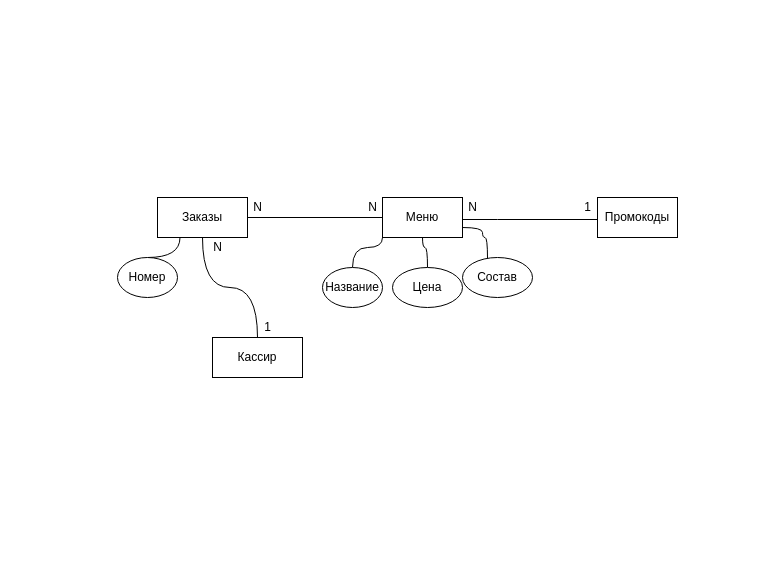
This is logical.drawio from the-shichko/drawio, a draw.io file, before an edit. Source tidied: cells renumbered, new cells numbered last; positions are measured from the earlier drawing's top-left corner, leaving out a move shared by most shapes. Both pictures are drawn from the tidied source at 100%, with x=0, y=0 at pixel (117, 197).
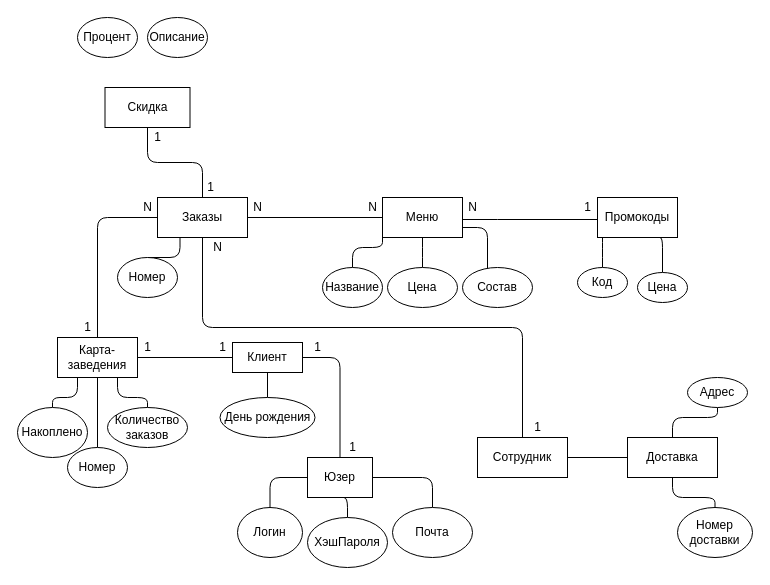
The same diagram, later.

The change refers to these unchanged cells:
```xml
<mxCell id="5" value="Заказы" style="rounded=0;whiteSpace=wrap;html=1;" parent="1" vertex="1">
  <mxGeometry x="40" width="90" height="40" as="geometry" />
</mxCell>
<mxCell id="6" value="Номер" style="ellipse;whiteSpace=wrap;html=1;" parent="1" vertex="1">
  <mxGeometry y="60" width="60" height="40" as="geometry" />
</mxCell>
<mxCell id="8" value="Меню" style="rounded=0;whiteSpace=wrap;html=1;" parent="1" vertex="1">
  <mxGeometry x="265" width="80" height="40" as="geometry" />
</mxCell>
<mxCell id="10" value="Название" style="ellipse;whiteSpace=wrap;html=1;" parent="1" vertex="1">
  <mxGeometry x="205" y="70" width="60" height="40" as="geometry" />
</mxCell>
<mxCell id="15" value="Промокоды" style="rounded=0;whiteSpace=wrap;html=1;" parent="1" vertex="1">
  <mxGeometry x="480" width="80" height="40" as="geometry" />
</mxCell>
```

Change to the diagram source:
```diff
@@
-    <mxCell id="3" style="edgeStyle=orthogonalEdgeStyle;jettySize=auto;html=1;exitX=0.25;exitY=1;exitDx=0;exitDy=0;entryX=0.5;entryY=0;entryDx=0;entryDy=0;endArrow=none;endFill=0;curved=1;" parent="1" edge="1" source="5" target="6">
+    <mxCell id="3" style="edgeStyle=orthogonalEdgeStyle;jettySize=auto;html=1;exitX=0.25;exitY=1;exitDx=0;exitDy=0;entryX=0.5;entryY=0;entryDx=0;entryDy=0;endArrow=none;endFill=0;rounded=1;" parent="1" edge="1" source="5" target="6">
       <mxGeometry relative="1" as="geometry">
         <Array as="points">
           <mxPoint x="62" y="60" />
         </Array>
       </mxGeometry>
     </mxCell>
-    <mxCell id="4" style="edgeStyle=orthogonalEdgeStyle;curved=1;jettySize=auto;html=1;endArrow=none;endFill=0;entryX=0.5;entryY=0;entryDx=0;entryDy=0;" parent="1" edge="1" source="5" target="20">
-      <mxGeometry relative="1" as="geometry" />
+    <mxCell id="4" style="edgeStyle=orthogonalEdgeStyle;jettySize=auto;html=1;endArrow=none;endFill=0;entryX=0.5;entryY=0;entryDx=0;entryDy=0;rounded=1;" parent="1" edge="1" source="5" target="20">
+      <mxGeometry relative="1" as="geometry">
+        <Array as="points">
+          <mxPoint x="85" y="130" />
+          <mxPoint x="405" y="130" />
+        </Array>
+      </mxGeometry>
     </mxCell>
+    <mxCell id="23" style="edgeStyle=orthogonalEdgeStyle;jettySize=auto;html=1;endArrow=none;endFill=0;rounded=1;" parent="1" edge="1" source="5" target="33">
+      <mxGeometry relative="1" as="geometry" />
+    </mxCell>
+    <mxCell id="24" style="edgeStyle=orthogonalEdgeStyle;rounded=1;jettySize=auto;html=1;endArrow=none;endFill=0;" parent="1" edge="1" source="5" target="54">
+      <mxGeometry relative="1" as="geometry" />
+    </mxCell>
@@
-    <mxCell id="9" style="edgeStyle=orthogonalEdgeStyle;curved=1;jettySize=auto;html=1;endArrow=none;endFill=0;entryX=0;entryY=1;entryDx=0;entryDy=0;" parent="1" edge="1" source="10" target="8">
+    <mxCell id="9" style="edgeStyle=orthogonalEdgeStyle;jettySize=auto;html=1;endArrow=none;endFill=0;entryX=0;entryY=1;entryDx=0;entryDy=0;rounded=1;" parent="1" edge="1" source="10" target="8">
       <mxGeometry relative="1" as="geometry" />
     </mxCell>
@@
-    <mxCell id="11" style="edgeStyle=orthogonalEdgeStyle;curved=1;jettySize=auto;html=1;endArrow=none;endFill=0;" parent="1" edge="1" source="12" target="8">
+    <mxCell id="11" style="edgeStyle=orthogonalEdgeStyle;jettySize=auto;html=1;endArrow=none;endFill=0;rounded=1;" parent="1" edge="1" source="12" target="8">
       <mxGeometry relative="1" as="geometry" />
     </mxCell>
     <mxCell id="12" value="Цена" style="ellipse;whiteSpace=wrap;html=1;" parent="1" vertex="1">
-      <mxGeometry x="275" y="70" width="70" height="40" as="geometry" />
+      <mxGeometry x="270" y="70" width="70" height="40" as="geometry" />
     </mxCell>
-    <mxCell id="13" style="edgeStyle=orthogonalEdgeStyle;curved=1;jettySize=auto;html=1;endArrow=none;endFill=0;entryX=1;entryY=0.75;entryDx=0;entryDy=0;" parent="1" edge="1" source="14" target="8">
+    <mxCell id="13" style="edgeStyle=orthogonalEdgeStyle;jettySize=auto;html=1;endArrow=none;endFill=0;entryX=1;entryY=0.75;entryDx=0;entryDy=0;rounded=1;" parent="1" edge="1" source="14" target="8">
       <mxGeometry relative="1" as="geometry">
         <Array as="points">
           <mxPoint x="370" y="80" />
-          <mxPoint x="370" y="40" />
-          <mxPoint x="365" y="40" />
-          <mxPoint x="365" y="30" />
+          <mxPoint x="370" y="30" />
         </Array>
       </mxGeometry>
     </mxCell>
     <mxCell id="14" value="Состав" style="ellipse;whiteSpace=wrap;html=1;" parent="1" vertex="1">
-      <mxGeometry x="345" y="60" width="70" height="40" as="geometry" />
+      <mxGeometry x="345" y="70" width="70" height="40" as="geometry" />
     </mxCell>
+    <mxCell id="25" style="edgeStyle=orthogonalEdgeStyle;jettySize=auto;html=1;endArrow=none;endFill=0;rounded=1;" parent="1" edge="1" source="15" target="27">
+      <mxGeometry relative="1" as="geometry">
+        <Array as="points">
+          <mxPoint x="485" y="50" />
+          <mxPoint x="485" y="50" />
+        </Array>
+      </mxGeometry>
+    </mxCell>
+    <mxCell id="26" style="edgeStyle=orthogonalEdgeStyle;jettySize=auto;html=1;exitX=0.75;exitY=1;exitDx=0;exitDy=0;endArrow=none;endFill=0;entryX=0.5;entryY=0;entryDx=0;entryDy=0;rounded=1;" parent="1" edge="1" source="15" target="28">
+      <mxGeometry relative="1" as="geometry" />
+    </mxCell>
@@
-    <mxCell id="20" value="Кассир" style="rounded=0;whiteSpace=wrap;html=1;" parent="1" vertex="1">
-      <mxGeometry x="95" y="140" width="90" height="40" as="geometry" />
+    <mxCell id="20" value="Сотрудник" style="rounded=0;whiteSpace=wrap;html=1;" parent="1" vertex="1">
+      <mxGeometry x="360" y="240" width="90" height="40" as="geometry" />
     </mxCell>
@@
     <mxCell id="22" value="1" style="text;html=1;align=center;verticalAlign=middle;" parent="1" vertex="1">
-      <mxGeometry x="140" y="120" width="20" height="20" as="geometry" />
+      <mxGeometry x="410" y="220" width="20" height="20" as="geometry" />
     </mxCell>
+    <mxCell id="27" value="Код" style="ellipse;whiteSpace=wrap;html=1;rounded=0;" parent="1" vertex="1">
+      <mxGeometry x="460" y="70" width="50" height="30" as="geometry" />
+    </mxCell>
+    <mxCell id="28" value="Цена" style="ellipse;whiteSpace=wrap;html=1;rounded=0;" parent="1" vertex="1">
+      <mxGeometry x="520" y="75" width="50" height="30" as="geometry" />
+    </mxCell>
+    <mxCell id="29" style="edgeStyle=orthogonalEdgeStyle;rounded=1;jettySize=auto;html=1;endArrow=none;endFill=0;" parent="1" edge="1" source="33" target="36">
+      <mxGeometry relative="1" as="geometry" />
+    </mxCell>
+    <mxCell id="30" style="edgeStyle=orthogonalEdgeStyle;rounded=1;jettySize=auto;html=1;exitX=0.75;exitY=1;exitDx=0;exitDy=0;endArrow=none;endFill=0;" parent="1" edge="1" source="33" target="37">
+      <mxGeometry relative="1" as="geometry" />
+    </mxCell>
+    <mxCell id="31" style="edgeStyle=orthogonalEdgeStyle;rounded=1;jettySize=auto;html=1;exitX=0.25;exitY=1;exitDx=0;exitDy=0;endArrow=none;endFill=0;" parent="1" edge="1" source="33" target="38">
+      <mxGeometry relative="1" as="geometry" />
+    </mxCell>
+    <mxCell id="32" style="edgeStyle=orthogonalEdgeStyle;rounded=1;jettySize=auto;html=1;endArrow=none;endFill=0;" parent="1" edge="1" source="33" target="41">
+      <mxGeometry relative="1" as="geometry" />
+    </mxCell>
+    <mxCell id="33" value="Карта-заведения" style="rounded=0;whiteSpace=wrap;html=1;" parent="1" vertex="1">
+      <mxGeometry x="-60" y="140" width="80" height="40" as="geometry" />
+    </mxCell>
+    <mxCell id="34" value="N" style="text;html=1;align=center;verticalAlign=middle;" parent="1" vertex="1">
+      <mxGeometry x="20" width="20" height="20" as="geometry" />
+    </mxCell>
+    <mxCell id="35" value="1" style="text;html=1;align=center;verticalAlign=middle;" parent="1" vertex="1">
+      <mxGeometry x="-40" y="120" width="20" height="20" as="geometry" />
+    </mxCell>
+    <mxCell id="36" value="Номер" style="ellipse;whiteSpace=wrap;html=1;" parent="1" vertex="1">
+      <mxGeometry x="-50" y="250" width="60" height="40" as="geometry" />
+    </mxCell>
+    <mxCell id="37" value="Количество&lt;br&gt;заказов" style="ellipse;whiteSpace=wrap;html=1;" parent="1" vertex="1">
+      <mxGeometry x="-10" y="210" width="80" height="40" as="geometry" />
+    </mxCell>
+    <mxCell id="38" value="Накоплено" style="ellipse;whiteSpace=wrap;html=1;" parent="1" vertex="1">
+      <mxGeometry x="-100" y="210" width="70" height="50" as="geometry" />
+    </mxCell>
+    <mxCell id="39" style="edgeStyle=orthogonalEdgeStyle;rounded=1;jettySize=auto;html=1;exitX=0.5;exitY=1;exitDx=0;exitDy=0;endArrow=none;endFill=0;" parent="1" edge="1" source="41" target="44">
+      <mxGeometry relative="1" as="geometry" />
+    </mxCell>
+    <mxCell id="40" style="edgeStyle=orthogonalEdgeStyle;rounded=1;jettySize=auto;html=1;endArrow=none;endFill=0;" parent="1" edge="1" source="41" target="48">
+      <mxGeometry relative="1" as="geometry" />
+    </mxCell>
+    <mxCell id="41" value="Клиент" style="whiteSpace=wrap;html=1;rounded=0;" parent="1" vertex="1">
+      <mxGeometry x="115" y="145" width="70" height="30" as="geometry" />
+    </mxCell>
+    <mxCell id="42" value="1" style="text;html=1;align=center;verticalAlign=middle;" parent="1" vertex="1">
+      <mxGeometry x="95" y="140" width="20" height="20" as="geometry" />
+    </mxCell>
+    <mxCell id="43" value="1" style="text;html=1;align=center;verticalAlign=middle;" parent="1" vertex="1">
+      <mxGeometry x="20" y="140" width="20" height="20" as="geometry" />
+    </mxCell>
+    <mxCell id="44" value="День рождения" style="ellipse;whiteSpace=wrap;html=1;" parent="1" vertex="1">
+      <mxGeometry x="102.5" y="200" width="95" height="40" as="geometry" />
+    </mxCell>
+    <mxCell id="45" style="edgeStyle=orthogonalEdgeStyle;rounded=1;jettySize=auto;html=1;endArrow=none;endFill=0;" parent="1" edge="1" source="48" target="49">
+      <mxGeometry relative="1" as="geometry" />
+    </mxCell>
+    <mxCell id="46" style="edgeStyle=orthogonalEdgeStyle;rounded=1;jettySize=auto;html=1;exitX=0.5;exitY=1;exitDx=0;exitDy=0;entryX=0.5;entryY=0;entryDx=0;entryDy=0;endArrow=none;endFill=0;" parent="1" edge="1" source="48" target="52">
+      <mxGeometry relative="1" as="geometry" />
+    </mxCell>
+    <mxCell id="47" style="edgeStyle=orthogonalEdgeStyle;rounded=1;jettySize=auto;html=1;endArrow=none;endFill=0;entryX=0.5;entryY=0;entryDx=0;entryDy=0;" parent="1" edge="1" source="48" target="53">
+      <mxGeometry relative="1" as="geometry" />
+    </mxCell>
+    <mxCell id="48" value="Юзер" style="whiteSpace=wrap;html=1;rounded=0;" parent="1" vertex="1">
+      <mxGeometry x="190" y="260" width="65" height="40" as="geometry" />
+    </mxCell>
+    <mxCell id="49" value="Логин" style="ellipse;whiteSpace=wrap;html=1;rounded=0;" parent="1" vertex="1">
+      <mxGeometry x="120" y="310" width="65" height="50" as="geometry" />
+    </mxCell>
+    <mxCell id="50" value="1" style="text;html=1;align=center;verticalAlign=middle;" parent="1" vertex="1">
+      <mxGeometry x="190" y="140" width="20" height="20" as="geometry" />
+    </mxCell>
+    <mxCell id="51" value="1" style="text;html=1;align=center;verticalAlign=middle;" parent="1" vertex="1">
+      <mxGeometry x="225" y="240" width="20" height="20" as="geometry" />
+    </mxCell>
+    <mxCell id="52" value="ХэшПароля" style="ellipse;whiteSpace=wrap;html=1;rounded=0;" parent="1" vertex="1">
+      <mxGeometry x="190" y="320" width="80" height="50" as="geometry" />
+    </mxCell>
+    <mxCell id="53" value="Почта" style="ellipse;whiteSpace=wrap;html=1;rounded=0;" parent="1" vertex="1">
+      <mxGeometry x="275" y="310" width="80" height="50" as="geometry" />
+    </mxCell>
+    <mxCell id="54" value="Скидка" style="whiteSpace=wrap;html=1;rounded=0;" parent="1" vertex="1">
+      <mxGeometry x="-12.5" y="-110" width="85" height="40" as="geometry" />
+    </mxCell>
+    <mxCell id="55" value="1" style="text;html=1;align=center;verticalAlign=middle;" parent="1" vertex="1">
+      <mxGeometry x="82.5" y="-20" width="20" height="20" as="geometry" />
+    </mxCell>
+    <mxCell id="56" value="1" style="text;html=1;align=center;verticalAlign=middle;" parent="1" vertex="1">
+      <mxGeometry x="30" y="-70" width="20" height="20" as="geometry" />
+    </mxCell>
+    <mxCell id="57" value="Процент" style="ellipse;whiteSpace=wrap;html=1;" parent="1" vertex="1">
+      <mxGeometry x="-40" y="-180" width="60" height="40" as="geometry" />
+    </mxCell>
+    <mxCell id="58" value="Описание" style="ellipse;whiteSpace=wrap;html=1;" parent="1" vertex="1">
+      <mxGeometry x="30" y="-180" width="60" height="40" as="geometry" />
+    </mxCell>
+    <mxCell id="59" style="edgeStyle=orthogonalEdgeStyle;rounded=1;jettySize=auto;html=1;endArrow=none;endFill=0;" parent="1" edge="1" source="62" target="63">
+      <mxGeometry relative="1" as="geometry" />
+    </mxCell>
+    <mxCell id="60" style="edgeStyle=orthogonalEdgeStyle;rounded=1;jettySize=auto;html=1;endArrow=none;endFill=0;" parent="1" edge="1" source="62" target="20">
+      <mxGeometry relative="1" as="geometry" />
+    </mxCell>
+    <mxCell id="61" style="edgeStyle=orthogonalEdgeStyle;rounded=1;jettySize=auto;html=1;endArrow=none;endFill=0;" parent="1" edge="1" source="62" target="64">
+      <mxGeometry relative="1" as="geometry" />
+    </mxCell>
+    <mxCell id="62" value="Доставка" style="rounded=0;whiteSpace=wrap;html=1;" parent="1" vertex="1">
+      <mxGeometry x="510" y="240" width="90" height="40" as="geometry" />
+    </mxCell>
+    <mxCell id="63" value="Адрес" style="ellipse;whiteSpace=wrap;html=1;rounded=0;" parent="1" vertex="1">
+      <mxGeometry x="570" y="180" width="60" height="30" as="geometry" />
+    </mxCell>
+    <mxCell id="64" value="Номер доставки" style="ellipse;whiteSpace=wrap;html=1;rounded=0;" parent="1" vertex="1">
+      <mxGeometry x="560" y="310" width="75" height="50" as="geometry" />
+    </mxCell>
```
